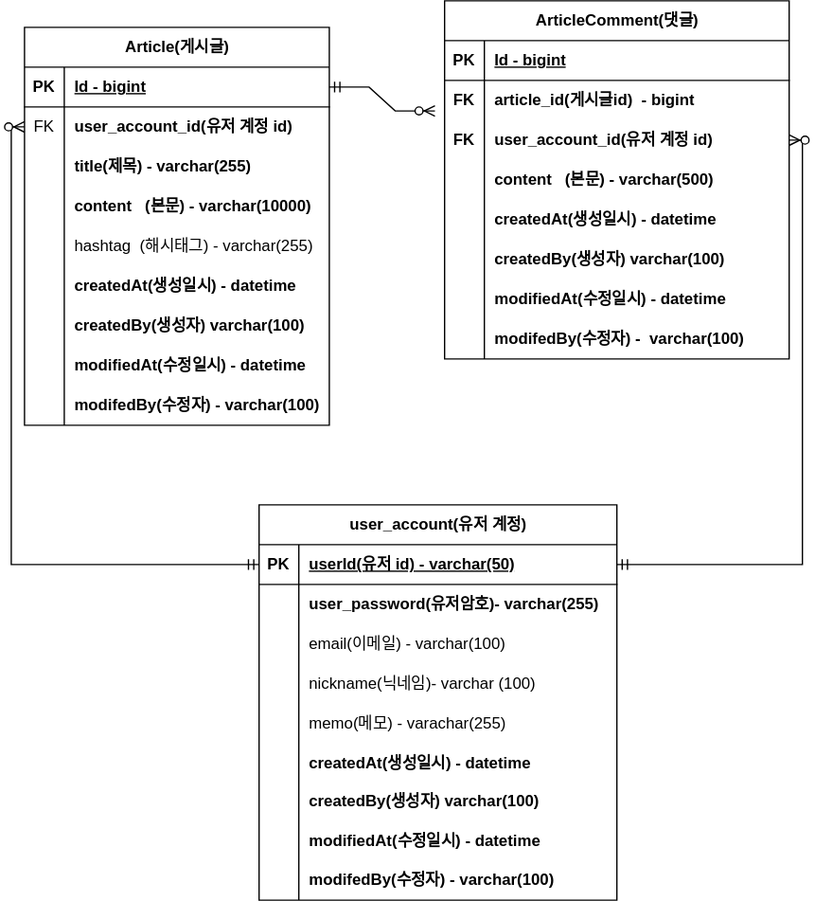
Before: document/project-board-erd.svg, a diagram exported from draw.io (Minzion0/project-board). Source tidied: cells renumbered, new cells last; positions are measured from the earlier drawing's top-left corner, leaving out a move shared by most shapes.
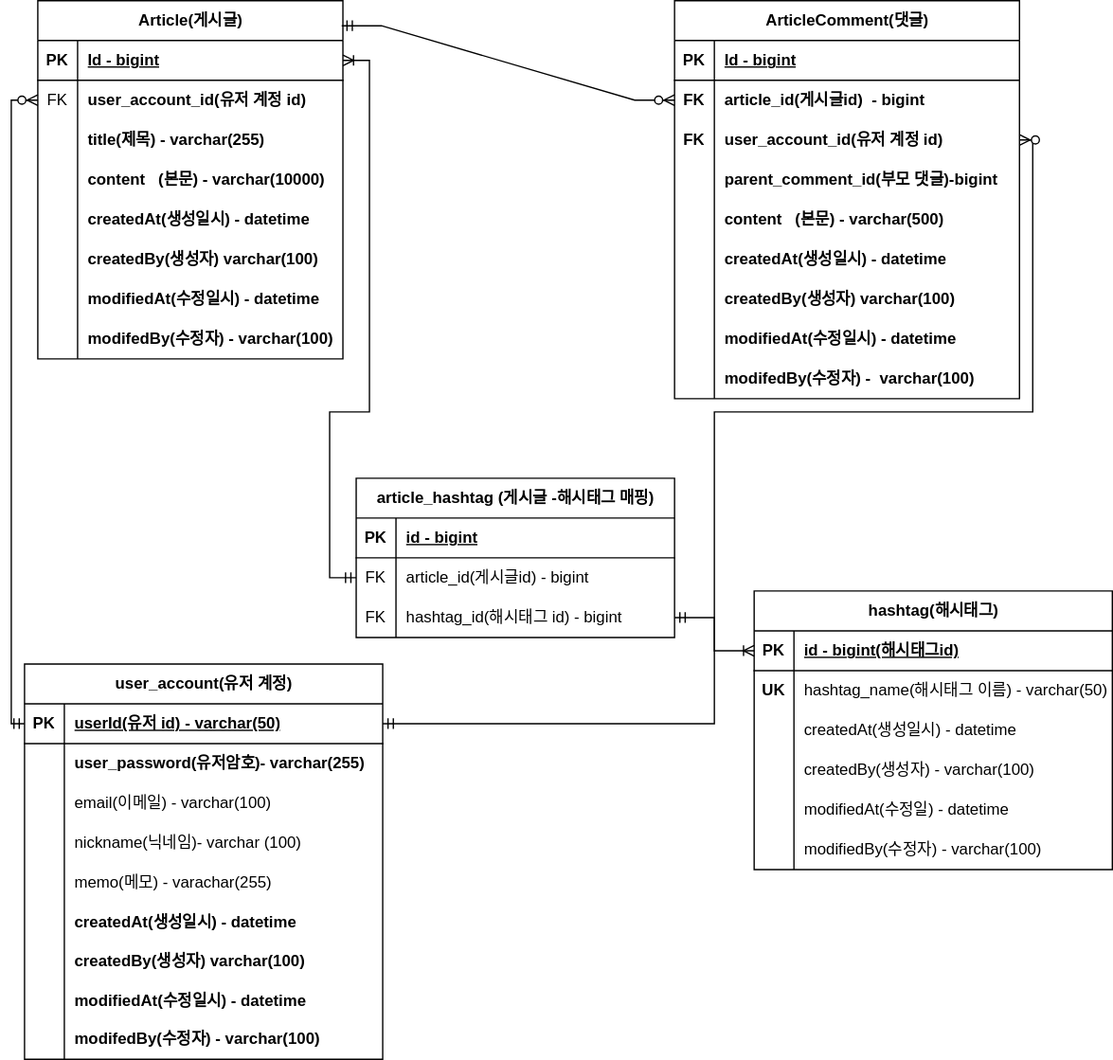
The same file after the commit.

Commit message:
#47 - project-board-erd.svg 업데이트 : 대댓글 ,해시태그

What changed in the source:
```diff
@@ -3,7 +3,7 @@
     <mxCell id="0" />
     <mxCell id="1" parent="0" />
     <mxCell id="2" value="Article(게시글)" style="shape=table;startSize=30;rowLines=0;fontStyle=1;align=center;html=1;" parent="1" vertex="1">
-      <mxGeometry y="20" width="230" height="300" as="geometry" />
+      <mxGeometry x="-43" y="-20" width="230" height="270" as="geometry" />
     </mxCell>
     <mxCell id="3" style="shape=tableRow;horizontal=0;startSize=0;swimlaneHead=0;swimlaneBody=0;fillColor=none;points=[[0,0.5],[1,0.5]];portConstraint=eastwest;top=0;left=0;right=0;bottom=1;" parent="2" vertex="1">
       <mxGeometry y="30" width="230" height="30" as="geometry" />
@@ -41,17 +41,8 @@
     <mxCell id="14" value="content&amp;nbsp; &amp;nbsp;(본문) - varchar(10000)" style="shape=partialRectangle;fillColor=none;top=0;left=0;bottom=0;right=0;align=left;spacingLeft=6;overflow=hidden;whiteSpace=wrap;html=1;fontStyle=1;" parent="12" vertex="1">
       <mxGeometry x="30" width="200" height="30" as="geometry" />
     </mxCell>
-    <mxCell id="15" style="shape=tableRow;horizontal=0;startSize=0;swimlaneHead=0;swimlaneBody=0;fillColor=none;top=0;left=0;right=0;bottom=0;" parent="2" vertex="1">
-      <mxGeometry y="150" width="230" height="30" as="geometry" />
-    </mxCell>
-    <mxCell id="16" style="shape=partialRectangle;fillColor=none;top=0;left=0;bottom=0;right=0;overflow=hidden;whiteSpace=wrap;html=1;" parent="15" vertex="1">
-      <mxGeometry width="30" height="30" as="geometry" />
-    </mxCell>
-    <mxCell id="17" value="hashtag&amp;nbsp; (해시태그) - varchar(255)" style="shape=partialRectangle;fillColor=none;top=0;left=0;bottom=0;right=0;align=left;spacingLeft=6;overflow=hidden;whiteSpace=wrap;html=1;" parent="15" vertex="1">
-      <mxGeometry x="30" width="200" height="30" as="geometry" />
-    </mxCell>
     <mxCell id="18" style="shape=tableRow;horizontal=0;startSize=0;swimlaneHead=0;swimlaneBody=0;fillColor=none;top=0;left=0;right=0;bottom=0;" parent="2" vertex="1">
-      <mxGeometry y="180" width="230" height="30" as="geometry" />
+      <mxGeometry y="150" width="230" height="30" as="geometry" />
     </mxCell>
     <mxCell id="19" style="shape=partialRectangle;fillColor=none;top=0;left=0;bottom=0;right=0;overflow=hidden;whiteSpace=wrap;html=1;" parent="18" vertex="1">
       <mxGeometry width="30" height="30" as="geometry" />
@@ -60,7 +51,7 @@
       <mxGeometry x="30" width="200" height="30" as="geometry" />
     </mxCell>
     <mxCell id="21" style="shape=tableRow;horizontal=0;startSize=0;swimlaneHead=0;swimlaneBody=0;fillColor=none;top=0;left=0;right=0;bottom=0;" parent="2" vertex="1">
-      <mxGeometry y="210" width="230" height="30" as="geometry" />
+      <mxGeometry y="180" width="230" height="30" as="geometry" />
     </mxCell>
     <mxCell id="22" style="shape=partialRectangle;fillColor=none;top=0;left=0;bottom=0;right=0;overflow=hidden;whiteSpace=wrap;html=1;" parent="21" vertex="1">
       <mxGeometry width="30" height="30" as="geometry" />
@@ -69,7 +60,7 @@
       <mxGeometry x="30" width="200" height="30" as="geometry" />
     </mxCell>
     <mxCell id="24" style="shape=tableRow;horizontal=0;startSize=0;swimlaneHead=0;swimlaneBody=0;fillColor=none;top=0;left=0;right=0;bottom=0;" parent="2" vertex="1">
-      <mxGeometry y="240" width="230" height="30" as="geometry" />
+      <mxGeometry y="210" width="230" height="30" as="geometry" />
     </mxCell>
     <mxCell id="25" style="shape=partialRectangle;fillColor=none;top=0;left=0;bottom=0;right=0;overflow=hidden;whiteSpace=wrap;html=1;" parent="24" vertex="1">
       <mxGeometry width="30" height="30" as="geometry" />
@@ -78,7 +69,7 @@
       <mxGeometry x="30" width="200" height="30" as="geometry" />
     </mxCell>
     <mxCell id="27" style="shape=tableRow;horizontal=0;startSize=0;swimlaneHead=0;swimlaneBody=0;fillColor=none;top=0;left=0;right=0;bottom=0;" parent="2" vertex="1">
-      <mxGeometry y="270" width="230" height="30" as="geometry" />
+      <mxGeometry y="240" width="230" height="30" as="geometry" />
     </mxCell>
     <mxCell id="28" style="shape=partialRectangle;fillColor=none;top=0;left=0;bottom=0;right=0;overflow=hidden;whiteSpace=wrap;html=1;" parent="27" vertex="1">
       <mxGeometry width="30" height="30" as="geometry" />
@@ -87,7 +78,7 @@
       <mxGeometry x="30" width="200" height="30" as="geometry" />
     </mxCell>
     <mxCell id="30" value="ArticleComment(댓글)" style="shape=table;startSize=30;rowLines=0;fontStyle=1;align=center;html=1;" parent="1" vertex="1">
-      <mxGeometry x="317" width="260" height="270" as="geometry" />
+      <mxGeometry x="437" y="-20" width="260" height="300" as="geometry" />
     </mxCell>
     <mxCell id="31" style="shape=tableRow;horizontal=0;startSize=0;swimlaneHead=0;swimlaneBody=0;fillColor=none;top=0;left=0;right=0;bottom=1;" parent="30" vertex="1">
       <mxGeometry y="30" width="260" height="30" as="geometry" />
@@ -116,8 +107,17 @@
     <mxCell id="39" value="user_account_id(유저 계정 id)" style="shape=partialRectangle;fillColor=none;top=0;left=0;bottom=0;right=0;align=left;spacingLeft=6;overflow=hidden;whiteSpace=wrap;html=1;fontStyle=1;" parent="37" vertex="1">
       <mxGeometry x="30" width="230" height="30" as="geometry" />
     </mxCell>
+    <mxCell id="86" style="shape=tableRow;horizontal=0;startSize=0;swimlaneHead=0;swimlaneBody=0;fillColor=none;top=0;left=0;right=0;bottom=0;" parent="30" vertex="1">
+      <mxGeometry y="120" width="260" height="30" as="geometry" />
+    </mxCell>
+    <mxCell id="87" style="shape=partialRectangle;fillColor=none;top=0;left=0;bottom=0;right=0;overflow=hidden;whiteSpace=wrap;html=1;" parent="86" vertex="1">
+      <mxGeometry width="30" height="30" as="geometry" />
+    </mxCell>
+    <mxCell id="88" value="parent_comment_id(부모 댓글)-bigint" style="shape=partialRectangle;fillColor=none;top=0;left=0;bottom=0;right=0;align=left;spacingLeft=6;overflow=hidden;whiteSpace=wrap;html=1;fontStyle=1;" parent="86" vertex="1">
+      <mxGeometry x="30" width="230" height="30" as="geometry" />
+    </mxCell>
     <mxCell id="40" style="shape=tableRow;horizontal=0;startSize=0;swimlaneHead=0;swimlaneBody=0;fillColor=none;top=0;left=0;right=0;bottom=0;" parent="30" vertex="1">
-      <mxGeometry y="120" width="260" height="30" as="geometry" />
+      <mxGeometry y="150" width="260" height="30" as="geometry" />
     </mxCell>
     <mxCell id="41" style="shape=partialRectangle;fillColor=none;top=0;left=0;bottom=0;right=0;overflow=hidden;whiteSpace=wrap;html=1;" parent="40" vertex="1">
       <mxGeometry width="30" height="30" as="geometry" />
@@ -126,7 +126,7 @@
       <mxGeometry x="30" width="230" height="30" as="geometry" />
     </mxCell>
     <mxCell id="43" style="shape=tableRow;horizontal=0;startSize=0;swimlaneHead=0;swimlaneBody=0;fillColor=none;top=0;left=0;right=0;bottom=0;" parent="30" vertex="1">
-      <mxGeometry y="150" width="260" height="30" as="geometry" />
+      <mxGeometry y="180" width="260" height="30" as="geometry" />
     </mxCell>
     <mxCell id="44" style="shape=partialRectangle;fillColor=none;top=0;left=0;bottom=0;right=0;overflow=hidden;whiteSpace=wrap;html=1;" parent="43" vertex="1">
       <mxGeometry width="30" height="30" as="geometry" />
@@ -135,7 +135,7 @@
       <mxGeometry x="30" width="230" height="30" as="geometry" />
     </mxCell>
     <mxCell id="46" style="shape=tableRow;horizontal=0;startSize=0;swimlaneHead=0;swimlaneBody=0;fillColor=none;top=0;left=0;right=0;bottom=0;" parent="30" vertex="1">
-      <mxGeometry y="180" width="260" height="30" as="geometry" />
+      <mxGeometry y="210" width="260" height="30" as="geometry" />
     </mxCell>
     <mxCell id="47" style="shape=partialRectangle;fillColor=none;top=0;left=0;bottom=0;right=0;overflow=hidden;whiteSpace=wrap;html=1;" parent="46" vertex="1">
       <mxGeometry width="30" height="30" as="geometry" />
@@ -144,7 +144,7 @@
       <mxGeometry x="30" width="230" height="30" as="geometry" />
     </mxCell>
     <mxCell id="49" style="shape=tableRow;horizontal=0;startSize=0;swimlaneHead=0;swimlaneBody=0;fillColor=none;top=0;left=0;right=0;bottom=0;" parent="30" vertex="1">
-      <mxGeometry y="210" width="260" height="30" as="geometry" />
+      <mxGeometry y="240" width="260" height="30" as="geometry" />
     </mxCell>
     <mxCell id="50" style="shape=partialRectangle;fillColor=none;top=0;left=0;bottom=0;right=0;overflow=hidden;whiteSpace=wrap;html=1;" parent="49" vertex="1">
       <mxGeometry width="30" height="30" as="geometry" />
@@ -153,7 +153,7 @@
       <mxGeometry x="30" width="230" height="30" as="geometry" />
     </mxCell>
     <mxCell id="52" style="shape=tableRow;horizontal=0;startSize=0;swimlaneHead=0;swimlaneBody=0;fillColor=none;top=0;left=0;right=0;bottom=0;" parent="30" vertex="1">
-      <mxGeometry y="240" width="260" height="30" as="geometry" />
+      <mxGeometry y="270" width="260" height="30" as="geometry" />
     </mxCell>
     <mxCell id="53" style="shape=partialRectangle;fillColor=none;top=0;left=0;bottom=0;right=0;overflow=hidden;whiteSpace=wrap;html=1;" parent="52" vertex="1">
       <mxGeometry width="30" height="30" as="geometry" />
@@ -161,11 +161,11 @@
     <mxCell id="54" value="modifedBy(수정자) -&amp;nbsp;&amp;nbsp;varchar(100)" style="shape=partialRectangle;fillColor=none;top=0;left=0;bottom=0;right=0;align=left;spacingLeft=6;overflow=hidden;whiteSpace=wrap;html=1;fontStyle=1;" parent="52" vertex="1">
       <mxGeometry x="30" width="230" height="30" as="geometry" />
     </mxCell>
-    <mxCell id="55" style="edgeStyle=entityRelationEdgeStyle;fontSize=12;html=1;endArrow=ERzeroToMany;startArrow=ERmandOne;rounded=0;entryX=-0.028;entryY=0.767;entryDx=0;entryDy=0;entryPerimeter=0;exitX=1;exitY=0.5;exitDx=0;exitDy=0;" parent="1" edge="1" source="3" target="34">
+    <mxCell id="55" style="edgeStyle=entityRelationEdgeStyle;fontSize=12;html=1;endArrow=ERzeroToMany;startArrow=ERmandOne;rounded=0;entryX=0;entryY=0.5;entryDx=0;entryDy=0;exitX=0.996;exitY=0.07;exitDx=0;exitDy=0;exitPerimeter=0;" parent="1" edge="1" source="2" target="34">
       <mxGeometry relative="1" as="geometry" />
     </mxCell>
     <mxCell id="56" value="user_account(유저 계정)" style="shape=table;startSize=30;rowLines=0;fontStyle=1;align=center;html=1;" parent="1" vertex="1">
-      <mxGeometry x="177" y="380" width="270" height="298" as="geometry" />
+      <mxGeometry x="-53" y="480" width="270" height="298" as="geometry" />
     </mxCell>
     <mxCell id="57" style="shape=tableRow;horizontal=0;startSize=0;swimlaneHead=0;swimlaneBody=0;fillColor=none;points=[[0,0.5],[1,0.5]];portConstraint=eastwest;top=0;left=0;right=0;bottom=1;" parent="56" vertex="1">
       <mxGeometry y="30" width="270" height="30" as="geometry" />
@@ -248,11 +248,118 @@
     <mxCell id="83" value="&lt;b&gt;modifedBy(수정자) - varchar(100)&lt;/b&gt;" style="shape=partialRectangle;fillColor=none;top=0;left=0;bottom=0;right=0;align=left;spacingLeft=6;overflow=hidden;whiteSpace=wrap;html=1;" parent="81" vertex="1">
       <mxGeometry x="30" width="240" height="30" as="geometry" />
     </mxCell>
-    <mxCell id="84" style="edgeStyle=orthogonalEdgeStyle;fontSize=12;html=1;endArrow=ERzeroToMany;startArrow=ERmandOne;rounded=0;entryX=1;entryY=0.5;entryDx=0;entryDy=0;exitX=1;exitY=0.5;exitDx=0;exitDy=0;" parent="1" edge="1" source="57" target="37">
-      <mxGeometry relative="1" as="geometry" />
+    <mxCell id="84" style="edgeStyle=orthogonalEdgeStyle;fontSize=12;html=1;endArrow=ERzeroToMany;startArrow=ERmandOne;rounded=0;entryX=1;entryY=0.5;entryDx=0;entryDy=0;exitX=1;exitY=0.5;exitDx=0;exitDy=0;strokeColor=default;curved=0;" parent="1" edge="1" source="57" target="37">
+      <mxGeometry relative="1" as="geometry">
+        <Array as="points">
+          <mxPoint x="467" y="525" />
+          <mxPoint x="467" y="290" />
+          <mxPoint x="707" y="290" />
+          <mxPoint x="707" y="85" />
+        </Array>
+      </mxGeometry>
     </mxCell>
     <mxCell id="85" style="edgeStyle=orthogonalEdgeStyle;fontSize=12;html=1;endArrow=ERzeroToMany;startArrow=ERmandOne;rounded=0;entryX=0;entryY=0.5;entryDx=0;entryDy=0;exitX=0;exitY=0.5;exitDx=0;exitDy=0;" parent="1" edge="1" source="57" target="6">
       <mxGeometry relative="1" as="geometry" />
     </mxCell>
+    <mxCell id="89" value="hashtag(해시태그)" style="shape=table;startSize=30;rowLines=0;fontStyle=1;align=center;html=1;" parent="1" vertex="1">
+      <mxGeometry x="497" y="425" width="270" height="210" as="geometry" />
+    </mxCell>
+    <mxCell id="90" style="shape=tableRow;horizontal=0;startSize=0;swimlaneHead=0;swimlaneBody=0;fillColor=none;points=[[0,0.5],[1,0.5]];portConstraint=eastwest;top=0;left=0;right=0;bottom=1;" parent="89" vertex="1">
+      <mxGeometry y="30" width="270" height="30" as="geometry" />
+    </mxCell>
+    <mxCell id="91" value="PK" style="shape=partialRectangle;fillColor=none;top=0;left=0;bottom=0;right=0;fontStyle=1;overflow=hidden;whiteSpace=wrap;html=1;" parent="90" vertex="1">
+      <mxGeometry width="30" height="30" as="geometry" />
+    </mxCell>
+    <mxCell id="92" value="id - bigint(해시태그id)" style="shape=partialRectangle;fillColor=none;top=0;left=0;bottom=0;right=0;align=left;spacingLeft=6;fontStyle=5;overflow=hidden;whiteSpace=wrap;html=1;" parent="90" vertex="1">
+      <mxGeometry x="30" width="240" height="30" as="geometry" />
+    </mxCell>
+    <mxCell id="93" style="shape=tableRow;horizontal=0;startSize=0;swimlaneHead=0;swimlaneBody=0;fillColor=none;top=0;left=0;right=0;bottom=0;" parent="89" vertex="1">
+      <mxGeometry y="60" width="270" height="30" as="geometry" />
+    </mxCell>
+    <mxCell id="94" value="&lt;b&gt;UK&lt;/b&gt;" style="shape=partialRectangle;fillColor=none;top=0;left=0;bottom=0;right=0;overflow=hidden;whiteSpace=wrap;html=1;" parent="93" vertex="1">
+      <mxGeometry width="30" height="30" as="geometry" />
+    </mxCell>
+    <mxCell id="95" value="hashtag_name(해시태그 이름) - varchar(50)" style="shape=partialRectangle;fillColor=none;top=0;left=0;bottom=0;right=0;align=left;spacingLeft=6;overflow=hidden;whiteSpace=wrap;html=1;" parent="93" vertex="1">
+      <mxGeometry x="30" width="240" height="30" as="geometry" />
+    </mxCell>
+    <mxCell id="96" style="shape=tableRow;horizontal=0;startSize=0;swimlaneHead=0;swimlaneBody=0;fillColor=none;top=0;left=0;right=0;bottom=0;" parent="89" vertex="1">
+      <mxGeometry y="90" width="270" height="30" as="geometry" />
+    </mxCell>
+    <mxCell id="97" style="shape=partialRectangle;fillColor=none;top=0;left=0;bottom=0;right=0;overflow=hidden;whiteSpace=wrap;html=1;" parent="96" vertex="1">
+      <mxGeometry width="30" height="30" as="geometry" />
+    </mxCell>
+    <mxCell id="98" value="createdAt(생성일시) - datetime" style="shape=partialRectangle;fillColor=none;top=0;left=0;bottom=0;right=0;align=left;spacingLeft=6;overflow=hidden;whiteSpace=wrap;html=1;" parent="96" vertex="1">
+      <mxGeometry x="30" width="240" height="30" as="geometry" />
+    </mxCell>
+    <mxCell id="99" style="shape=tableRow;horizontal=0;startSize=0;swimlaneHead=0;swimlaneBody=0;fillColor=none;top=0;left=0;right=0;bottom=0;" parent="89" vertex="1">
+      <mxGeometry y="120" width="270" height="30" as="geometry" />
+    </mxCell>
+    <mxCell id="100" style="shape=partialRectangle;fillColor=none;top=0;left=0;bottom=0;right=0;overflow=hidden;whiteSpace=wrap;html=1;" parent="99" vertex="1">
+      <mxGeometry width="30" height="30" as="geometry" />
+    </mxCell>
+    <mxCell id="101" value="createdBy(생성자) - varchar(100)" style="shape=partialRectangle;fillColor=none;top=0;left=0;bottom=0;right=0;align=left;spacingLeft=6;overflow=hidden;whiteSpace=wrap;html=1;" parent="99" vertex="1">
+      <mxGeometry x="30" width="240" height="30" as="geometry" />
+    </mxCell>
+    <mxCell id="102" style="shape=tableRow;horizontal=0;startSize=0;swimlaneHead=0;swimlaneBody=0;fillColor=none;top=0;left=0;right=0;bottom=0;" parent="89" vertex="1">
+      <mxGeometry y="150" width="270" height="30" as="geometry" />
+    </mxCell>
+    <mxCell id="103" style="shape=partialRectangle;fillColor=none;top=0;left=0;bottom=0;right=0;overflow=hidden;whiteSpace=wrap;html=1;" parent="102" vertex="1">
+      <mxGeometry width="30" height="30" as="geometry" />
+    </mxCell>
+    <mxCell id="104" value="modifiedAt(수정일) - datetime" style="shape=partialRectangle;fillColor=none;top=0;left=0;bottom=0;right=0;align=left;spacingLeft=6;overflow=hidden;whiteSpace=wrap;html=1;" parent="102" vertex="1">
+      <mxGeometry x="30" width="240" height="30" as="geometry" />
+    </mxCell>
+    <mxCell id="105" style="shape=tableRow;horizontal=0;startSize=0;swimlaneHead=0;swimlaneBody=0;fillColor=none;top=0;left=0;right=0;bottom=0;" parent="89" vertex="1">
+      <mxGeometry y="180" width="270" height="30" as="geometry" />
+    </mxCell>
+    <mxCell id="106" style="shape=partialRectangle;fillColor=none;top=0;left=0;bottom=0;right=0;overflow=hidden;whiteSpace=wrap;html=1;" parent="105" vertex="1">
+      <mxGeometry width="30" height="30" as="geometry" />
+    </mxCell>
+    <mxCell id="107" value="modifiedBy(수정자) - varchar(100)" style="shape=partialRectangle;fillColor=none;top=0;left=0;bottom=0;right=0;align=left;spacingLeft=6;overflow=hidden;whiteSpace=wrap;html=1;" parent="105" vertex="1">
+      <mxGeometry x="30" width="240" height="30" as="geometry" />
+    </mxCell>
+    <mxCell id="108" value="article_hashtag (게시글 -해시태그 매핑)" style="shape=table;startSize=30;rowLines=0;fontStyle=1;align=center;html=1;" parent="1" vertex="1">
+      <mxGeometry x="197" y="340" width="240" height="120" as="geometry" />
+    </mxCell>
+    <mxCell id="109" style="shape=tableRow;horizontal=0;startSize=0;swimlaneHead=0;swimlaneBody=0;fillColor=none;top=0;left=0;right=0;bottom=1;" parent="108" vertex="1">
+      <mxGeometry y="30" width="240" height="30" as="geometry" />
+    </mxCell>
+    <mxCell id="110" value="PK" style="shape=partialRectangle;fillColor=none;top=0;left=0;bottom=0;right=0;fontStyle=1;overflow=hidden;whiteSpace=wrap;html=1;" parent="109" vertex="1">
+      <mxGeometry width="30" height="30" as="geometry" />
+    </mxCell>
+    <mxCell id="111" value="id - bigint" style="shape=partialRectangle;fillColor=none;top=0;left=0;bottom=0;right=0;align=left;spacingLeft=6;fontStyle=5;overflow=hidden;whiteSpace=wrap;html=1;" parent="109" vertex="1">
+      <mxGeometry x="30" width="210" height="30" as="geometry" />
+    </mxCell>
+    <mxCell id="112" style="shape=tableRow;horizontal=0;startSize=0;swimlaneHead=0;swimlaneBody=0;fillColor=none;points=[[0,0.5],[1,0.5]];portConstraint=eastwest;top=0;left=0;right=0;bottom=0;" parent="108" vertex="1">
+      <mxGeometry y="60" width="240" height="30" as="geometry" />
+    </mxCell>
+    <mxCell id="113" value="FK" style="shape=partialRectangle;fillColor=none;top=0;left=0;bottom=0;right=0;overflow=hidden;whiteSpace=wrap;html=1;" parent="112" vertex="1">
+      <mxGeometry width="30" height="30" as="geometry" />
+    </mxCell>
+    <mxCell id="114" value="article_id(게시글id) - bigint" style="shape=partialRectangle;fillColor=none;top=0;left=0;bottom=0;right=0;align=left;spacingLeft=6;overflow=hidden;whiteSpace=wrap;html=1;" parent="112" vertex="1">
+      <mxGeometry x="30" width="210" height="30" as="geometry" />
+    </mxCell>
+    <mxCell id="115" style="shape=tableRow;horizontal=0;startSize=0;swimlaneHead=0;swimlaneBody=0;fillColor=none;points=[[0,0.5],[1,0.5]];portConstraint=eastwest;top=0;left=0;right=0;bottom=0;" parent="108" vertex="1">
+      <mxGeometry y="90" width="240" height="30" as="geometry" />
+    </mxCell>
+    <mxCell id="116" value="FK" style="shape=partialRectangle;fillColor=none;top=0;left=0;bottom=0;right=0;overflow=hidden;whiteSpace=wrap;html=1;" parent="115" vertex="1">
+      <mxGeometry width="30" height="30" as="geometry" />
+    </mxCell>
+    <mxCell id="117" value="hashtag_id(해시태그 id) - bigint" style="shape=partialRectangle;fillColor=none;top=0;left=0;bottom=0;right=0;align=left;spacingLeft=6;overflow=hidden;whiteSpace=wrap;html=1;" parent="115" vertex="1">
+      <mxGeometry x="30" width="210" height="30" as="geometry" />
+    </mxCell>
+    <mxCell id="118" style="edgeStyle=orthogonalEdgeStyle;rounded=0;jettySize=auto;html=1;entryX=0;entryY=0.5;entryDx=0;entryDy=0;endArrow=ERmandOne;endFill=0;startArrow=ERoneToMany;startFill=0;" parent="1" edge="1" source="3" target="112">
+      <mxGeometry relative="1" as="geometry">
+        <Array as="points">
+          <mxPoint x="207" y="25" />
+          <mxPoint x="207" y="290" />
+          <mxPoint x="177" y="290" />
+          <mxPoint x="177" y="415" />
+        </Array>
+      </mxGeometry>
+    </mxCell>
+    <mxCell id="119" style="edgeStyle=orthogonalEdgeStyle;rounded=0;jettySize=auto;html=1;entryX=1;entryY=0.5;entryDx=0;entryDy=0;endArrow=ERmandOne;endFill=0;startArrow=ERoneToMany;startFill=0;exitX=0;exitY=0.5;exitDx=0;exitDy=0;" parent="1" edge="1" source="90" target="115">
+      <mxGeometry relative="1" as="geometry" />
+    </mxCell>
   </root>
 </mxGraphModel>
```
